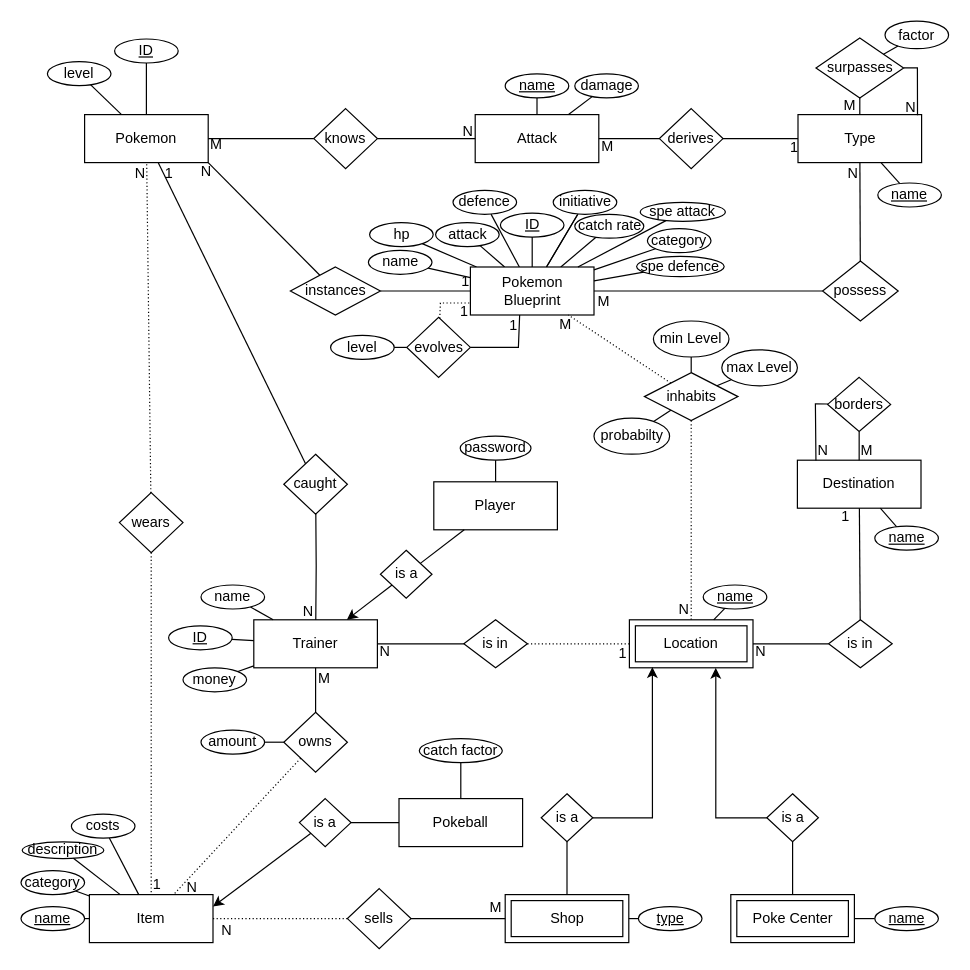
Earlier version of the draw.io diagram Projekt/Pokemon Scuffed Grey.drawio (mypictur3esforu/Pokemon-Scuffed-Grey). Source tidied: cells renumbered, new cells numbered last; positions are measured from the earlier drawing's top-left corner, leaving out a move shared by most shapes. Both pictures are drawn from the tidied source at 120%, with x=0, y=0 at pixel (20, 20).
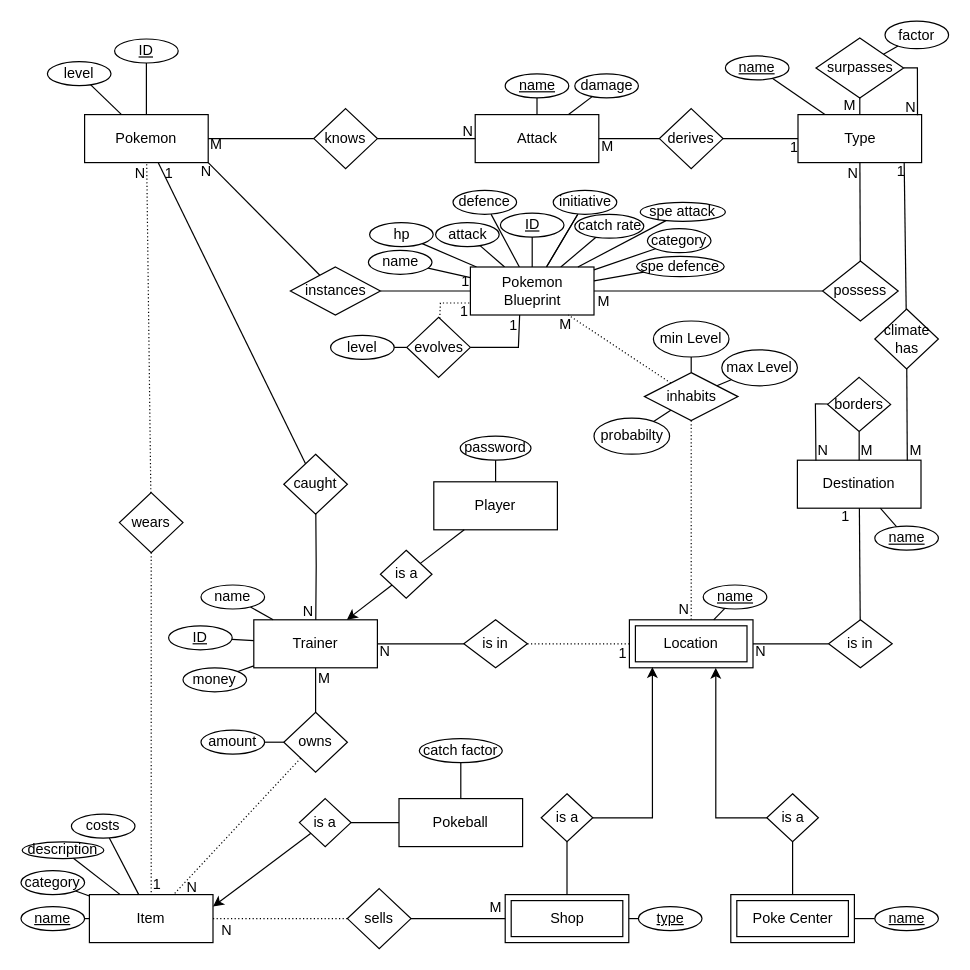
Above is the later version.

Unchanged cells that the change refers to:
```xml
<mxCell id="3" value="Destination" style="whiteSpace=wrap;html=1;align=center;" parent="1" vertex="1">
  <mxGeometry x="647" y="366" width="103" height="40" as="geometry" />
</mxCell>
<mxCell id="31" value="Type" style="whiteSpace=wrap;html=1;align=center;" parent="1" vertex="1">
  <mxGeometry x="647.5" y="78" width="103" height="40" as="geometry" />
</mxCell>
```

The edit, as a diff of the source:
```diff
@@
     <mxCell id="80" value="name" style="ellipse;whiteSpace=wrap;html=1;align=center;fontStyle=4;" parent="1" vertex="1">
-      <mxGeometry x="714" y="135" width="53" height="20" as="geometry" />
+      <mxGeometry x="587" y="29.1" width="53" height="20" as="geometry" />
     </mxCell>
@@
+    <mxCell id="166" value="climate has" style="shape=rhombus;perimeter=rhombusPerimeter;whiteSpace=wrap;html=1;align=center;" parent="1" vertex="1">
+      <mxGeometry x="711.5" y="240" width="53" height="50" as="geometry" />
+    </mxCell>
+    <mxCell id="167" style="endArrow=none;html=1;rounded=0;elbow=vertical;exitX=0.889;exitY=0.006;exitDx=0;exitDy=0;exitPerimeter=0;" parent="1" edge="1" source="3" target="166">
+      <mxGeometry relative="1" as="geometry" />
+    </mxCell>
+    <mxCell id="168" value="M" style="html=1;whiteSpace=wrap;align=left;verticalAlign=bottom;" parent="167" vertex="1">
+      <mxGeometry x="-1" relative="1" as="geometry" />
+    </mxCell>
+    <mxCell id="169" style="endArrow=none;html=1;rounded=0;elbow=vertical;entryX=0.859;entryY=0.998;entryDx=0;entryDy=0;entryPerimeter=0;" parent="1" edge="1" source="166" target="31">
+      <mxGeometry relative="1" as="geometry" />
+    </mxCell>
+    <mxCell id="170" value="1" style="html=1;whiteSpace=wrap;align=right;verticalAlign=bottom;" parent="169" vertex="1">
+      <mxGeometry x="1" relative="1" as="geometry">
+        <mxPoint x="2" y="16" as="offset" />
+      </mxGeometry>
+    </mxCell>
```
